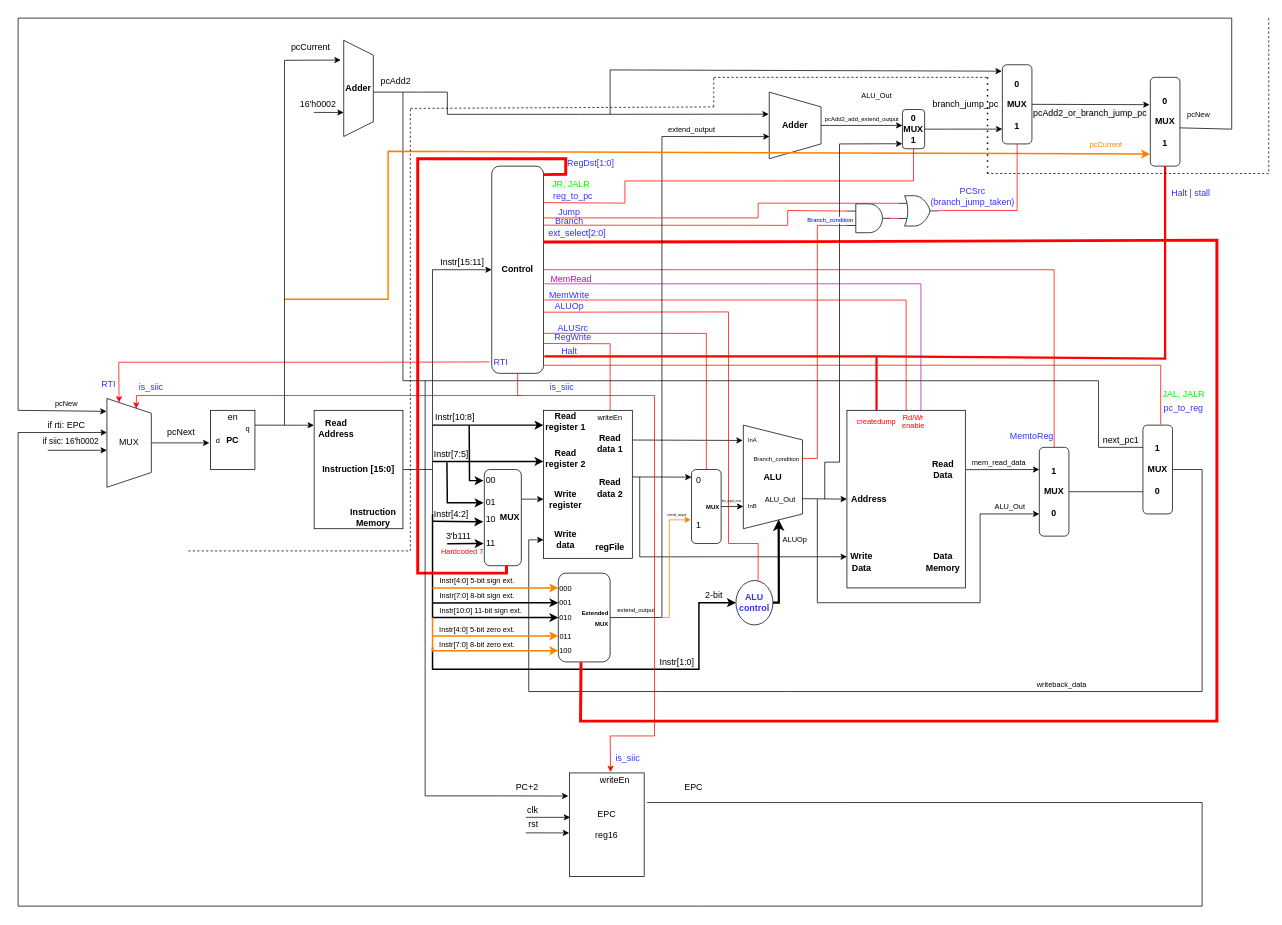
Earlier version of the draw.io diagram project/new_fetch_WISC_SP22.drawio (joshmeiyb/ECE552). Source tidied: cells renumbered, new cells numbered last; positions are measured from the earlier drawing's top-left corner, leaving out a move shared by most shapes. Both pictures are drawn from the tidied source at 74%, with x=0, y=0 at pixel (18, 18).
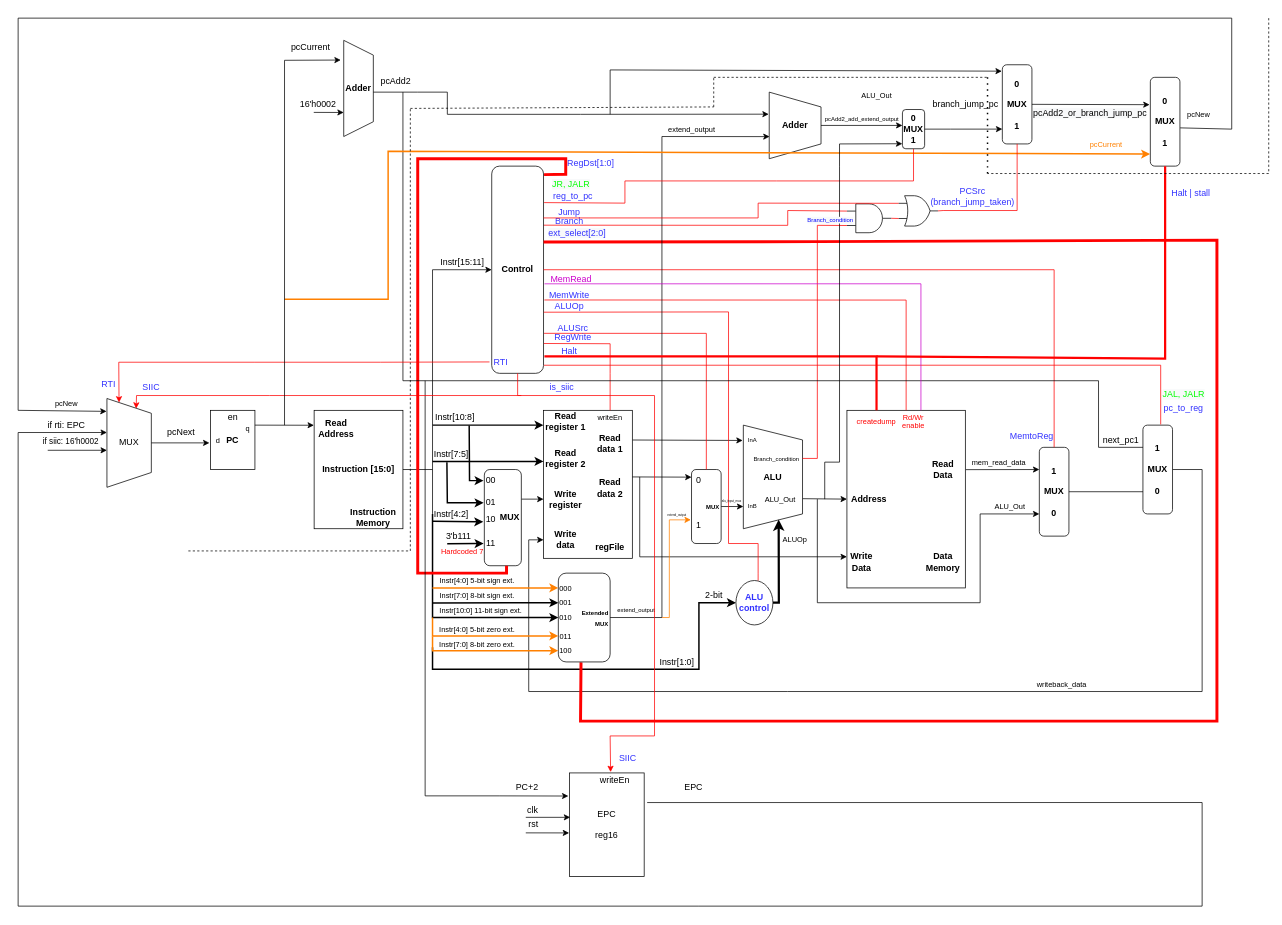
The same diagram, later.

Change to the diagram source:
```diff
@@
-    <mxCell id="175" value="&lt;font color=&quot;#3333ff&quot;&gt;is_siic&lt;/font&gt;" style="text;html=1;strokeColor=none;fillColor=none;align=center;verticalAlign=middle;whiteSpace=wrap;rounded=0;" parent="1" vertex="1">
+    <mxCell id="175" value="&lt;font color=&quot;#3333ff&quot;&gt;SIIC&lt;/font&gt;" style="text;html=1;strokeColor=none;fillColor=none;align=center;verticalAlign=middle;whiteSpace=wrap;rounded=0;" parent="1" vertex="1">
       <mxGeometry x="804" y="990" width="40" height="20" as="geometry" />
     </mxCell>
@@
-    <mxCell id="183" value="&lt;font color=&quot;#3333ff&quot;&gt;is_siic&lt;/font&gt;" style="text;html=1;strokeColor=none;fillColor=none;align=center;verticalAlign=middle;whiteSpace=wrap;rounded=0;" parent="1" vertex="1">
+    <mxCell id="183" value="&lt;font color=&quot;#3333ff&quot;&gt;SIIC&lt;/font&gt;" style="text;html=1;strokeColor=none;fillColor=none;align=center;verticalAlign=middle;whiteSpace=wrap;rounded=0;" parent="1" vertex="1">
       <mxGeometry x="160" y="488.5" width="40" height="21" as="geometry" />
     </mxCell>
```
